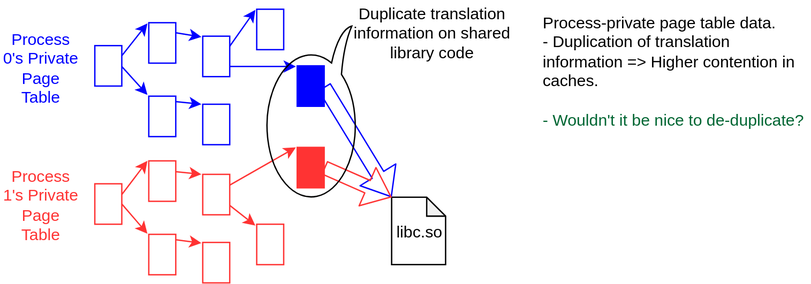
Before: ispass_2019/pt_sharing_0.svg, a diagram exported from draw.io (yufeng5468/presentations). Source tidied: cells renumbered, new cells last; positions are measured from the earlier drawing's top-left corner, leaving out a move shared by most shapes. Its diagram source:
```xml
<mxGraphModel>
  <root>
    <mxCell id="0" />
    <mxCell id="1" parent="0" />
    <mxCell id="2" style="rounded=0;whiteSpace=wrap;html=1;strokeColor=#0000FF;" parent="1" vertex="1">
      <mxGeometry x="70" y="31.5" width="20" height="30" as="geometry" />
    </mxCell>
    <mxCell id="3" style="rounded=0;whiteSpace=wrap;html=1;strokeColor=#0000FF;" parent="1" vertex="1">
      <mxGeometry x="110" y="14.5" width="20" height="30" as="geometry" />
    </mxCell>
    <mxCell id="4" style="rounded=0;whiteSpace=wrap;html=1;strokeColor=#0000FF;" parent="1" vertex="1">
      <mxGeometry x="150" y="24.5" width="20" height="30" as="geometry" />
    </mxCell>
    <mxCell id="5" style="rounded=0;whiteSpace=wrap;html=1;strokeColor=#0000FF;" parent="1" vertex="1">
      <mxGeometry x="190" y="4.5" width="20" height="30" as="geometry" />
    </mxCell>
    <mxCell id="6" style="endArrow=classic;html=1;exitX=1;exitY=0.25;exitDx=0;exitDy=0;entryX=-0.05;entryY=0;entryDx=0;entryDy=0;entryPerimeter=0;strokeColor=#0000FF;" parent="1" edge="1" source="2" target="3">
      <mxGeometry relative="1" as="geometry" />
    </mxCell>
    <mxCell id="7" style="endArrow=classic;html=1;exitX=1;exitY=0.25;exitDx=0;exitDy=0;entryX=-0.05;entryY=0;entryDx=0;entryDy=0;entryPerimeter=0;strokeColor=#0000FF;" parent="1" edge="1" source="3" target="4">
      <mxGeometry relative="1" as="geometry" />
    </mxCell>
    <mxCell id="8" style="endArrow=classic;html=1;exitX=1;exitY=0.25;exitDx=0;exitDy=0;entryX=-0.05;entryY=0;entryDx=0;entryDy=0;entryPerimeter=0;strokeColor=#0000FF;" parent="1" edge="1" source="4" target="5">
      <mxGeometry relative="1" as="geometry" />
    </mxCell>
    <mxCell id="9" value="&lt;div style=&quot;text-align: left&quot;&gt;&lt;font style=&quot;font-size: 12px&quot;&gt;Process-private page table data.&lt;/font&gt;&lt;/div&gt;&lt;div style=&quot;text-align: left&quot;&gt;&lt;font style=&quot;font-size: 12px&quot;&gt;- Duplication of translation information =&amp;gt; Higher contention in caches.&lt;/font&gt;&lt;/div&gt;&lt;div style=&quot;text-align: left&quot;&gt;&lt;font style=&quot;font-size: 12px&quot;&gt;&lt;br&gt;&lt;/font&gt;&lt;/div&gt;&lt;div style=&quot;text-align: left&quot;&gt;&lt;font style=&quot;font-size: 12px&quot; color=&quot;#006633&quot;&gt;- Wouldn't it be nice to de-duplicate?&lt;/font&gt;&lt;/div&gt;" style="text;html=1;strokeColor=none;fillColor=none;align=left;verticalAlign=middle;whiteSpace=wrap;rounded=0;" parent="1" vertex="1">
      <mxGeometry x="400" width="200" height="98" as="geometry" />
    </mxCell>
    <mxCell id="10" style="rounded=0;whiteSpace=wrap;html=1;strokeColor=#0000FF;" parent="1" vertex="1">
      <mxGeometry x="110" y="69" width="20" height="30" as="geometry" />
    </mxCell>
    <mxCell id="11" style="endArrow=classic;html=1;exitX=1;exitY=0.5;exitDx=0;exitDy=0;entryX=-0.05;entryY=-0.017;entryDx=0;entryDy=0;entryPerimeter=0;strokeColor=#0000FF;" parent="1" edge="1" source="2" target="10">
      <mxGeometry relative="1" as="geometry" />
    </mxCell>
    <mxCell id="12" style="rounded=0;whiteSpace=wrap;html=1;strokeColor=#0000FF;" parent="1" vertex="1">
      <mxGeometry x="150" y="75" width="20" height="30" as="geometry" />
    </mxCell>
    <mxCell id="13" style="endArrow=classic;html=1;exitX=1;exitY=0.25;exitDx=0;exitDy=0;entryX=-0.05;entryY=0;entryDx=0;entryDy=0;entryPerimeter=0;strokeColor=#0000FF;" parent="1" edge="1" target="12">
      <mxGeometry relative="1" as="geometry">
        <mxPoint x="130" y="73" as="sourcePoint" />
      </mxGeometry>
    </mxCell>
    <mxCell id="14" style="rounded=0;whiteSpace=wrap;html=1;strokeColor=#0000FF;fillColor=#0000FF;" parent="1" vertex="1">
      <mxGeometry x="220" y="46.5" width="20" height="30" as="geometry" />
    </mxCell>
    <mxCell id="15" style="endArrow=classic;html=1;exitX=1;exitY=0.75;exitDx=0;exitDy=0;entryX=-0.05;entryY=0.033;entryDx=0;entryDy=0;entryPerimeter=0;strokeColor=#0000FF;" parent="1" edge="1" source="4" target="14">
      <mxGeometry relative="1" as="geometry" />
    </mxCell>
    <mxCell id="16" value="libc.so" style="shape=note;whiteSpace=wrap;html=1;backgroundOutline=1;darkOpacity=0.05;size=14;" parent="1" vertex="1">
      <mxGeometry x="290" y="144" width="40" height="50" as="geometry" />
    </mxCell>
    <mxCell id="17" style="rounded=0;whiteSpace=wrap;html=1;strokeColor=#FF3333;" parent="1" vertex="1">
      <mxGeometry x="70" y="134" width="20" height="30" as="geometry" />
    </mxCell>
    <mxCell id="18" style="rounded=0;whiteSpace=wrap;html=1;strokeColor=#FF3333;" parent="1" vertex="1">
      <mxGeometry x="110" y="117" width="20" height="30" as="geometry" />
    </mxCell>
    <mxCell id="19" style="rounded=0;whiteSpace=wrap;html=1;strokeColor=#FF3333;" parent="1" vertex="1">
      <mxGeometry x="150" y="127" width="20" height="30" as="geometry" />
    </mxCell>
    <mxCell id="20" style="rounded=0;whiteSpace=wrap;html=1;strokeColor=#FF3333;fillColor=#FF3333;" parent="1" vertex="1">
      <mxGeometry x="220" y="107" width="20" height="30" as="geometry" />
    </mxCell>
    <mxCell id="21" style="endArrow=classic;html=1;exitX=1;exitY=0.25;exitDx=0;exitDy=0;entryX=-0.05;entryY=0;entryDx=0;entryDy=0;entryPerimeter=0;strokeColor=#FF3333;" parent="1" edge="1" source="17" target="18">
      <mxGeometry relative="1" as="geometry" />
    </mxCell>
    <mxCell id="22" style="endArrow=classic;html=1;exitX=1;exitY=0.25;exitDx=0;exitDy=0;entryX=-0.05;entryY=0;entryDx=0;entryDy=0;entryPerimeter=0;strokeColor=#FF3333;" parent="1" edge="1" source="18" target="19">
      <mxGeometry relative="1" as="geometry" />
    </mxCell>
    <mxCell id="23" style="endArrow=classic;html=1;exitX=1;exitY=0.25;exitDx=0;exitDy=0;entryX=-0.05;entryY=0;entryDx=0;entryDy=0;entryPerimeter=0;strokeColor=#FF3333;" parent="1" edge="1" source="19" target="20">
      <mxGeometry relative="1" as="geometry" />
    </mxCell>
    <mxCell id="24" style="rounded=0;whiteSpace=wrap;html=1;strokeColor=#FF3333;" parent="1" vertex="1">
      <mxGeometry x="110" y="171.5" width="20" height="30" as="geometry" />
    </mxCell>
    <mxCell id="25" style="endArrow=classic;html=1;exitX=1;exitY=0.5;exitDx=0;exitDy=0;entryX=-0.05;entryY=-0.017;entryDx=0;entryDy=0;entryPerimeter=0;strokeColor=#FF3333;" parent="1" edge="1" source="17" target="24">
      <mxGeometry relative="1" as="geometry" />
    </mxCell>
    <mxCell id="26" style="rounded=0;whiteSpace=wrap;html=1;strokeColor=#FF3333;" parent="1" vertex="1">
      <mxGeometry x="150" y="177.5" width="20" height="30" as="geometry" />
    </mxCell>
    <mxCell id="27" style="endArrow=classic;html=1;exitX=1;exitY=0.25;exitDx=0;exitDy=0;entryX=-0.05;entryY=0;entryDx=0;entryDy=0;entryPerimeter=0;strokeColor=#FF3333;" parent="1" edge="1" target="26">
      <mxGeometry relative="1" as="geometry">
        <mxPoint x="130" y="175.5" as="sourcePoint" />
      </mxGeometry>
    </mxCell>
    <mxCell id="28" style="rounded=0;whiteSpace=wrap;html=1;strokeColor=#FF3333;" parent="1" vertex="1">
      <mxGeometry x="190" y="164" width="20" height="30" as="geometry" />
    </mxCell>
    <mxCell id="29" style="endArrow=classic;html=1;exitX=1;exitY=0.75;exitDx=0;exitDy=0;entryX=-0.05;entryY=0.033;entryDx=0;entryDy=0;entryPerimeter=0;strokeColor=#FF3333;" parent="1" edge="1" source="19" target="28">
      <mxGeometry relative="1" as="geometry" />
    </mxCell>
    <mxCell id="30" style="shape=flexArrow;endArrow=classic;html=1;entryX=0;entryY=0;entryDx=0;entryDy=0;entryPerimeter=0;exitX=1;exitY=0.5;exitDx=0;exitDy=0;strokeColor=#0000FF;" parent="1" edge="1" source="14" target="16">
      <mxGeometry relative="1" as="geometry" />
    </mxCell>
    <mxCell id="31" style="shape=flexArrow;endArrow=classic;html=1;entryX=0;entryY=0;entryDx=0;entryDy=0;entryPerimeter=0;exitX=1;exitY=0.5;exitDx=0;exitDy=0;strokeColor=#FF3333;" parent="1" edge="1" source="20" target="16">
      <mxGeometry relative="1" as="geometry" />
    </mxCell>
    <mxCell id="32" value="Process 0's Private Page Table" style="text;html=1;strokeColor=none;fillColor=none;align=center;verticalAlign=middle;whiteSpace=wrap;rounded=0;fontColor=#0000FF;" parent="1" vertex="1">
      <mxGeometry y="37" width="60" height="20" as="geometry" />
    </mxCell>
    <mxCell id="33" value="Process 1's Private Page Table" style="text;html=1;strokeColor=none;fillColor=none;align=center;verticalAlign=middle;whiteSpace=wrap;rounded=0;fontColor=#FF3333;" parent="1" vertex="1">
      <mxGeometry y="139" width="60" height="20" as="geometry" />
    </mxCell>
    <mxCell id="34" style="whiteSpace=wrap;html=1;shape=mxgraph.basic.oval_callout;strokeColor=#000000;fillColor=none;fontColor=#FF3333;rotation=180;" parent="1" vertex="1">
      <mxGeometry x="193.5" y="17" width="73" height="133" as="geometry" />
    </mxCell>
    <mxCell id="35" value="&lt;font color=&quot;#000000&quot;&gt;Duplicate translation information on shared library code&lt;/font&gt;" style="text;html=1;strokeColor=none;fillColor=none;align=center;verticalAlign=middle;whiteSpace=wrap;rounded=0;fontColor=#FF3333;" parent="1" vertex="1">
      <mxGeometry x="260" y="11.5" width="120" height="20" as="geometry" />
    </mxCell>
  </root>
</mxGraphModel>
```
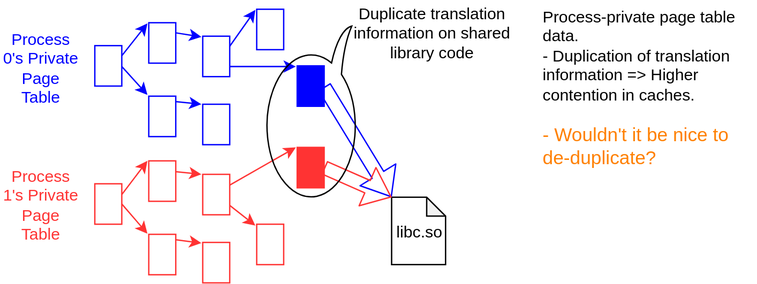
After the change.

The edit, as a diff of the source:
```diff
@@ -23,8 +23,8 @@
     <mxCell id="8" style="endArrow=classic;html=1;exitX=1;exitY=0.25;exitDx=0;exitDy=0;entryX=-0.05;entryY=0;entryDx=0;entryDy=0;entryPerimeter=0;strokeColor=#0000FF;" parent="1" edge="1" source="4" target="5">
       <mxGeometry relative="1" as="geometry" />
     </mxCell>
-    <mxCell id="9" value="&lt;div style=&quot;text-align: left&quot;&gt;&lt;font style=&quot;font-size: 12px&quot;&gt;Process-private page table data.&lt;/font&gt;&lt;/div&gt;&lt;div style=&quot;text-align: left&quot;&gt;&lt;font style=&quot;font-size: 12px&quot;&gt;- Duplication of translation information =&amp;gt; Higher contention in caches.&lt;/font&gt;&lt;/div&gt;&lt;div style=&quot;text-align: left&quot;&gt;&lt;font style=&quot;font-size: 12px&quot;&gt;&lt;br&gt;&lt;/font&gt;&lt;/div&gt;&lt;div style=&quot;text-align: left&quot;&gt;&lt;font style=&quot;font-size: 12px&quot; color=&quot;#006633&quot;&gt;- Wouldn't it be nice to de-duplicate?&lt;/font&gt;&lt;/div&gt;" style="text;html=1;strokeColor=none;fillColor=none;align=left;verticalAlign=middle;whiteSpace=wrap;rounded=0;" parent="1" vertex="1">
-      <mxGeometry x="400" width="200" height="98" as="geometry" />
+    <mxCell id="9" value="&lt;div style=&quot;text-align: left&quot;&gt;&lt;font style=&quot;font-size: 12px&quot;&gt;Process-private page table data.&lt;/font&gt;&lt;/div&gt;&lt;div style=&quot;text-align: left&quot;&gt;&lt;font style=&quot;font-size: 12px&quot;&gt;- Duplication of translation information =&amp;gt; Higher contention in caches.&lt;/font&gt;&lt;/div&gt;&lt;div style=&quot;text-align: left&quot;&gt;&lt;font style=&quot;font-size: 12px&quot;&gt;&lt;br&gt;&lt;/font&gt;&lt;/div&gt;&lt;div style=&quot;text-align: left&quot;&gt;&lt;font style=&quot;font-size: 14px&quot; color=&quot;#ff8000&quot;&gt;- Wouldn't it be nice to de-duplicate?&lt;/font&gt;&lt;/div&gt;" style="text;html=1;strokeColor=none;fillColor=none;align=left;verticalAlign=middle;whiteSpace=wrap;rounded=0;" parent="1" vertex="1">
+      <mxGeometry x="400" y="11.5" width="160" height="98" as="geometry" />
     </mxCell>
     <mxCell id="10" style="rounded=0;whiteSpace=wrap;html=1;strokeColor=#0000FF;" parent="1" vertex="1">
       <mxGeometry x="110" y="69" width="20" height="30" as="geometry" />
```
